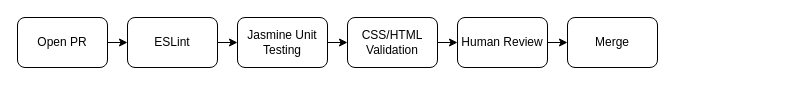
Earlier version of the draw.io diagram docs/decisions/workflow.drawio (cse110-sp26-group23/cse110-sp26-group23). Source tidied: cells renumbered, new cells numbered last; positions are measured from the earlier drawing's top-left corner, leaving out a move shared by most shapes. Both pictures are drawn from the tidied source at 100%, with x=0, y=0 at pixel (17, 17).
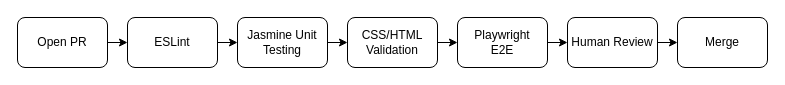
The same diagram, later.

Diff of the diagram source:
```diff
@@
 <mxGraphModel>
   <root>
     <mxCell id="0" />
     <mxCell id="1" parent="0" />
     <mxCell id="2" style="edgeStyle=none;html=1;" parent="1" edge="1" source="3" target="5">
       <mxGeometry relative="1" as="geometry" />
     </mxCell>
     <mxCell id="3" value="Open PR" style="rounded=1;whiteSpace=wrap;html=1;" parent="1" vertex="1">
       <mxGeometry width="90" height="50" as="geometry" />
     </mxCell>
     <mxCell id="4" style="edgeStyle=none;html=1;" parent="1" edge="1" source="5" target="7">
       <mxGeometry relative="1" as="geometry" />
     </mxCell>
     <mxCell id="5" value="ESLint" style="rounded=1;whiteSpace=wrap;html=1;" parent="1" vertex="1">
       <mxGeometry x="110" width="90" height="50" as="geometry" />
     </mxCell>
     <mxCell id="6" style="edgeStyle=none;html=1;entryX=0;entryY=0.5;entryDx=0;entryDy=0;" parent="1" edge="1" source="7" target="12">
       <mxGeometry relative="1" as="geometry" />
     </mxCell>
     <mxCell id="7" value="Jasmine Unit Testing" style="rounded=1;whiteSpace=wrap;html=1;" parent="1" vertex="1">
       <mxGeometry x="220" width="90" height="50" as="geometry" />
     </mxCell>
     <mxCell id="8" style="edgeStyle=none;html=1;" parent="1" edge="1" source="9" target="10">
       <mxGeometry relative="1" as="geometry" />
     </mxCell>
     <mxCell id="9" value="Human Review" style="rounded=1;whiteSpace=wrap;html=1;" parent="1" vertex="1">
-      <mxGeometry x="440" width="90" height="50" as="geometry" />
+      <mxGeometry x="550" width="90" height="50" as="geometry" />
     </mxCell>
     <mxCell id="10" value="Merge" style="rounded=1;whiteSpace=wrap;html=1;" parent="1" vertex="1">
-      <mxGeometry x="550" width="90" height="50" as="geometry" />
+      <mxGeometry x="660" width="90" height="50" as="geometry" />
     </mxCell>
-    <mxCell id="11" style="edgeStyle=none;html=1;" parent="1" edge="1" source="12" target="9">
-      <mxGeometry relative="1" as="geometry" />
-    </mxCell>
+    <mxCell id="13" style="edgeStyle=none;html=1;exitX=1;exitY=0.5;exitDx=0;exitDy=0;entryX=0;entryY=0.5;entryDx=0;entryDy=0;" parent="1" edge="1" source="12" target="15">
+      <mxGeometry relative="1" as="geometry" />
+    </mxCell>
     <mxCell id="12" value="CSS/HTML Validation" style="rounded=1;whiteSpace=wrap;html=1;" parent="1" vertex="1">
       <mxGeometry x="330" width="90" height="50" as="geometry" />
     </mxCell>
+    <mxCell id="14" style="edgeStyle=none;html=1;exitX=1;exitY=0.5;exitDx=0;exitDy=0;entryX=0;entryY=0.5;entryDx=0;entryDy=0;" parent="1" edge="1" source="15" target="9">
+      <mxGeometry relative="1" as="geometry" />
+    </mxCell>
+    <mxCell id="15" value="Playwright&lt;br&gt;E2E" style="rounded=1;whiteSpace=wrap;html=1;" parent="1" vertex="1">
+      <mxGeometry x="440" width="90" height="50" as="geometry" />
+    </mxCell>
   </root>
 </mxGraphModel>
```
